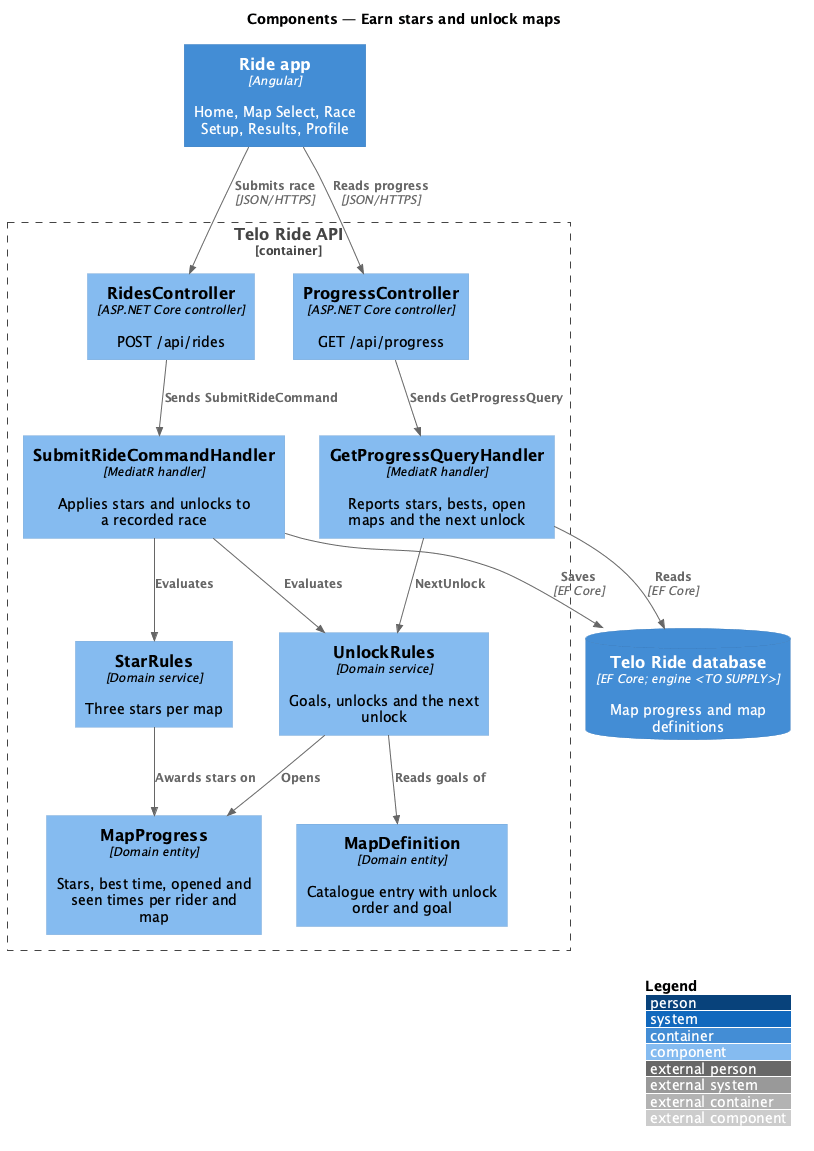
The PlantUML diagram docs/detailed-designs/progression/earn-stars-and-unlock-maps/diagrams/c4-component.png in QuinntyneBrown/ride-one, before a commit. Its diagram source:
```plantuml
@startuml
!include <C4/C4_Component>
LAYOUT_WITH_LEGEND()
title Components — Earn stars and unlock maps

Container(app, "Ride app", "Angular", "Home, Map Select, Race Setup, Results, Profile")
Container_Boundary(api, "Telo Ride API") {
  Component(rides, "RidesController", "ASP.NET Core controller", "POST /api/rides")
  Component(progress, "ProgressController", "ASP.NET Core controller", "GET /api/progress")
  Component(submit, "SubmitRideCommandHandler", "MediatR handler", "Applies stars and unlocks to a recorded race")
  Component(query, "GetProgressQueryHandler", "MediatR handler", "Reports stars, bests, open maps and the next unlock")
  Component(stars, "StarRules", "Domain service", "Three stars per map")
  Component(unlocks, "UnlockRules", "Domain service", "Goals, unlocks and the next unlock")
  Component(mp, "MapProgress", "Domain entity", "Stars, best time, opened and seen times per rider and map")
  Component(maps, "MapDefinition", "Domain entity", "Catalogue entry with unlock order and goal")
}
ContainerDb(db, "Telo Ride database", "EF Core; engine <TO SUPPLY>", "Map progress and map definitions")

Rel(app, rides, "Submits race", "JSON/HTTPS")
Rel(app, progress, "Reads progress", "JSON/HTTPS")
Rel(rides, submit, "Sends SubmitRideCommand")
Rel(progress, query, "Sends GetProgressQuery")
Rel(submit, stars, "Evaluates")
Rel(submit, unlocks, "Evaluates")
Rel(query, unlocks, "NextUnlock")
Rel(stars, mp, "Awards stars on")
Rel(unlocks, maps, "Reads goals of")
Rel(unlocks, mp, "Opens")
Rel(submit, db, "Saves", "EF Core")
Rel(query, db, "Reads", "EF Core")
@enduml
```
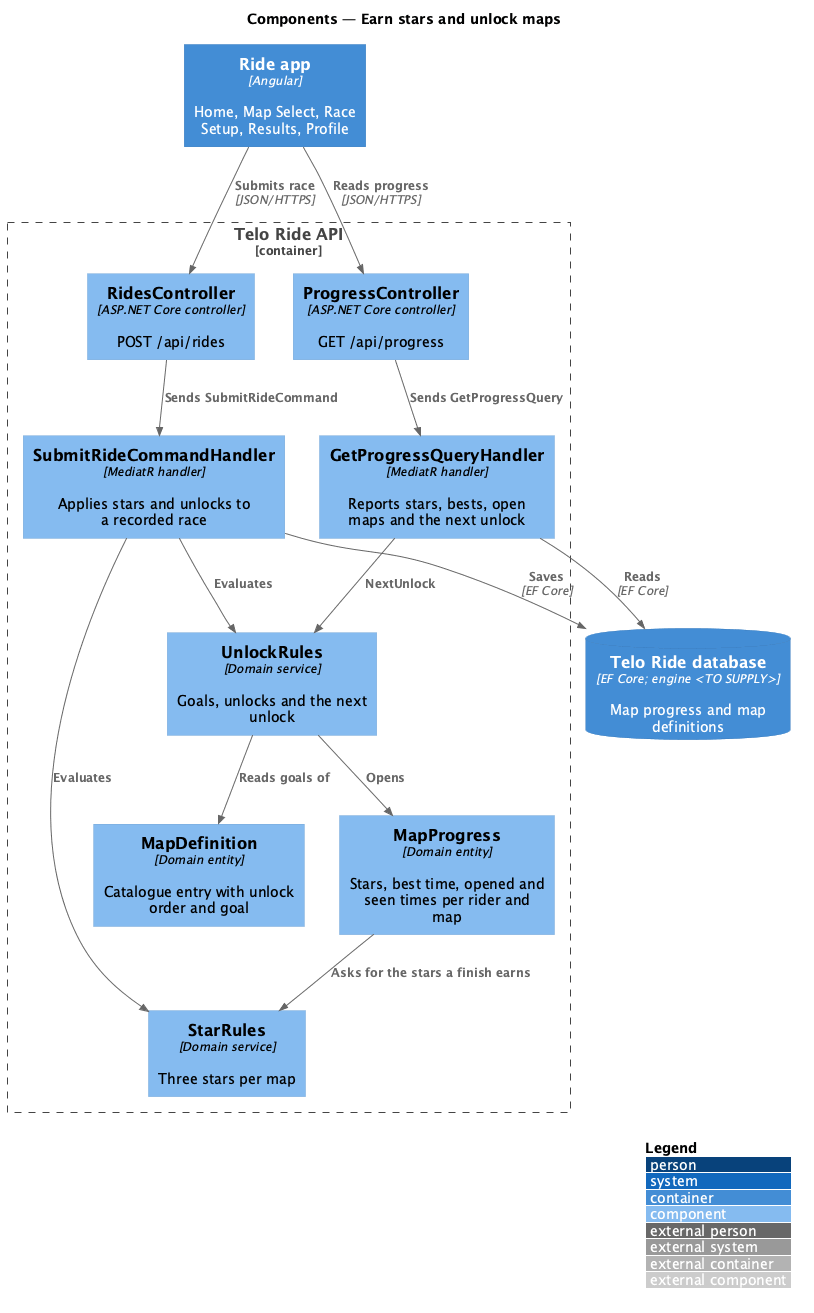
Later version of the same file.

Commit message:
Bring the stars and unlocks design in line with what was built

Diff of the diagram source:
```diff
@@ -23,7 +23,7 @@
 Rel(submit, stars, "Evaluates")
 Rel(submit, unlocks, "Evaluates")
 Rel(query, unlocks, "NextUnlock")
-Rel(stars, mp, "Awards stars on")
+Rel(mp, stars, "Asks for the stars a finish earns")
 Rel(unlocks, maps, "Reads goals of")
 Rel(unlocks, mp, "Opens")
 Rel(submit, db, "Saves", "EF Core")
```
